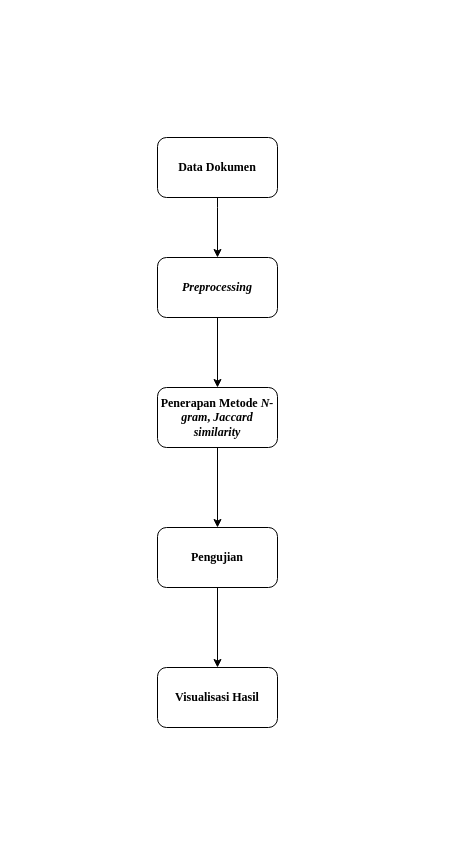
The draw.io diagram on-admin/Paper_1711502821_Wahyu Desena/Draw.io/Gambaran sistem.drawio in desenawahyu17/similarity-checker, before the edit. Source tidied: cells renumbered, new cells numbered last; positions are measured from the earlier drawing's top-left corner, leaving out a move shared by most shapes. Both pictures are drawn from the tidied source at 100%, with x=0, y=0 at pixel (157, 137).
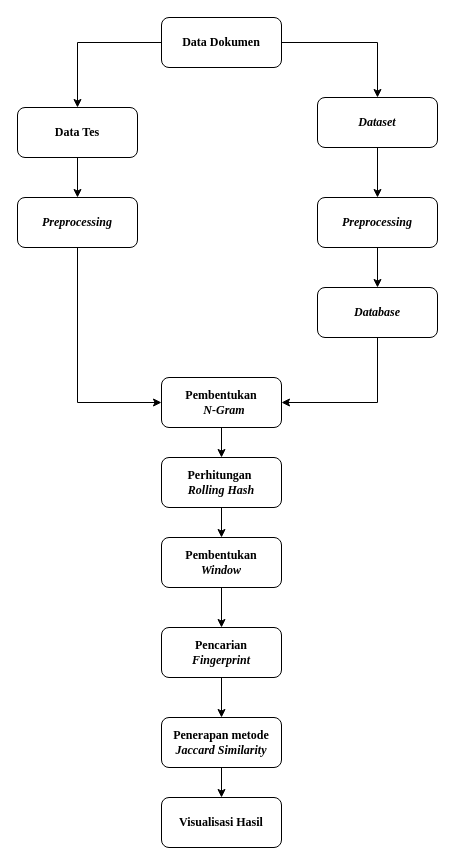
The same diagram, later.

Diff of the diagram source:
```diff
@@
-    <mxCell id="2" style="edgeStyle=orthogonalEdgeStyle;rounded=0;jettySize=auto;html=1;" parent="1" edge="1" source="3">
-      <mxGeometry relative="1" as="geometry">
-        <mxPoint x="60" y="120" as="targetPoint" />
-        <Array as="points">
-          <mxPoint x="60" y="70" />
-          <mxPoint x="60" y="70" />
-        </Array>
-      </mxGeometry>
-    </mxCell>
+    <mxCell id="11" style="edgeStyle=orthogonalEdgeStyle;rounded=0;jettySize=auto;html=1;" parent="1" edge="1" source="3" target="18">
+      <mxGeometry relative="1" as="geometry" />
+    </mxCell>
-    <mxCell id="3" value="&lt;font face=&quot;Times New Roman&quot;&gt;&lt;b&gt;Data Dokumen&lt;/b&gt;&lt;/font&gt;" style="rounded=1;whiteSpace=wrap;html=1;" parent="1" vertex="1">
-      <mxGeometry width="120" height="60" as="geometry" />
+    <mxCell id="3" value="&lt;font face=&quot;Times New Roman&quot;&gt;&lt;b&gt;&lt;i&gt;Dataset&lt;/i&gt;&lt;/b&gt;&lt;/font&gt;" style="rounded=1;whiteSpace=wrap;html=1;" parent="1" vertex="1">
+      <mxGeometry x="160" y="-40" width="120" height="50" as="geometry" />
     </mxCell>
-    <mxCell id="4" style="edgeStyle=orthogonalEdgeStyle;rounded=0;jettySize=auto;html=1;entryX=0.5;entryY=0;entryDx=0;entryDy=0;" parent="1" edge="1" source="5" target="7">
+    <mxCell id="4" style="edgeStyle=orthogonalEdgeStyle;rounded=0;jettySize=auto;html=1;entryX=1;entryY=0.5;entryDx=0;entryDy=0;exitX=0.5;exitY=1;exitDx=0;exitDy=0;" parent="1" edge="1" source="5" target="7">
       <mxGeometry relative="1" as="geometry" />
     </mxCell>
-    <mxCell id="5" value="&lt;font face=&quot;Times New Roman&quot;&gt;&lt;b&gt;&lt;i&gt;Preprocessing&lt;/i&gt;&lt;/b&gt;&lt;/font&gt;" style="whiteSpace=wrap;html=1;rounded=1;" parent="1" vertex="1">
-      <mxGeometry y="120" width="120" height="60" as="geometry" />
+    <mxCell id="5" value="&lt;font face=&quot;Times New Roman&quot;&gt;&lt;b&gt;&lt;i&gt;Database&lt;/i&gt;&lt;/b&gt;&lt;/font&gt;" style="whiteSpace=wrap;html=1;rounded=1;" parent="1" vertex="1">
+      <mxGeometry x="160" y="150" width="120" height="50" as="geometry" />
     </mxCell>
@@
-    <mxCell id="7" value="&lt;font style=&quot;font-size: 12px&quot; face=&quot;Times New Roman&quot;&gt;&lt;b&gt;Penerapan Metode &lt;i&gt;N-gram&lt;/i&gt;,&amp;nbsp;&lt;i&gt;Jaccard similarity&lt;/i&gt;&lt;/b&gt;&lt;/font&gt;" style="whiteSpace=wrap;html=1;rounded=1;" parent="1" vertex="1">
-      <mxGeometry y="250" width="120" height="60" as="geometry" />
+    <mxCell id="7" value="&lt;font face=&quot;Times New Roman&quot;&gt;&lt;b&gt;Pembentukan&lt;br&gt;&amp;nbsp;&amp;nbsp;&lt;i&gt;N-Gram&lt;/i&gt;&lt;/b&gt;&lt;/font&gt;" style="whiteSpace=wrap;html=1;rounded=1;" parent="1" vertex="1">
+      <mxGeometry x="4" y="240" width="120" height="50" as="geometry" />
     </mxCell>
@@
-    <mxCell id="9" value="&lt;font face=&quot;Times New Roman&quot;&gt;&lt;b&gt;Pengujian&lt;/b&gt;&lt;/font&gt;" style="whiteSpace=wrap;html=1;rounded=1;" parent="1" vertex="1">
-      <mxGeometry y="390" width="120" height="60" as="geometry" />
+    <mxCell id="9" value="&lt;font face=&quot;Times New Roman&quot;&gt;&lt;b&gt;Perhitungan&amp;nbsp;&lt;br&gt;&lt;i&gt;Rolling Hash&lt;/i&gt;&lt;br&gt;&lt;/b&gt;&lt;/font&gt;" style="whiteSpace=wrap;html=1;rounded=1;" parent="1" vertex="1">
+      <mxGeometry x="4" y="320" width="120" height="50" as="geometry" />
     </mxCell>
+    <mxCell id="12" style="edgeStyle=orthogonalEdgeStyle;rounded=0;jettySize=auto;html=1;" parent="1" edge="1" source="10" target="23">
+      <mxGeometry relative="1" as="geometry" />
+    </mxCell>
-    <mxCell id="10" value="&lt;b&gt;&lt;font face=&quot;Times New Roman&quot;&gt;Visualisasi Hasil&lt;/font&gt;&lt;/b&gt;" style="whiteSpace=wrap;html=1;rounded=1;" parent="1" vertex="1">
-      <mxGeometry y="530" width="120" height="60" as="geometry" />
+    <mxCell id="10" value="&lt;b&gt;&lt;font face=&quot;Times New Roman&quot;&gt;Pembentukan &lt;br&gt;&lt;i&gt;Window&lt;/i&gt;&lt;/font&gt;&lt;/b&gt;" style="whiteSpace=wrap;html=1;rounded=1;" parent="1" vertex="1">
+      <mxGeometry x="4" y="400" width="120" height="50" as="geometry" />
     </mxCell>
+    <mxCell id="13" style="edgeStyle=orthogonalEdgeStyle;rounded=0;jettySize=auto;html=1;" parent="1" edge="1" source="14" target="16">
+      <mxGeometry relative="1" as="geometry" />
+    </mxCell>
+    <mxCell id="14" value="&lt;font face=&quot;Times New Roman&quot;&gt;&lt;b&gt;Data Tes&lt;/b&gt;&lt;/font&gt;" style="rounded=1;whiteSpace=wrap;html=1;" parent="1" vertex="1">
+      <mxGeometry x="-140" y="-30" width="120" height="50" as="geometry" />
+    </mxCell>
+    <mxCell id="15" style="edgeStyle=orthogonalEdgeStyle;rounded=0;jettySize=auto;html=1;entryX=0;entryY=0.5;entryDx=0;entryDy=0;exitX=0.5;exitY=1;exitDx=0;exitDy=0;" parent="1" edge="1" source="16" target="7">
+      <mxGeometry relative="1" as="geometry" />
+    </mxCell>
+    <mxCell id="16" value="&lt;font face=&quot;Times New Roman&quot;&gt;&lt;b&gt;&lt;i&gt;Preprocessing&lt;/i&gt;&lt;/b&gt;&lt;/font&gt;" style="rounded=1;whiteSpace=wrap;html=1;" parent="1" vertex="1">
+      <mxGeometry x="-140" y="60" width="120" height="50" as="geometry" />
+    </mxCell>
+    <mxCell id="17" style="edgeStyle=orthogonalEdgeStyle;rounded=0;jettySize=auto;html=1;entryX=0.5;entryY=0;entryDx=0;entryDy=0;" parent="1" edge="1" source="18" target="5">
+      <mxGeometry relative="1" as="geometry" />
+    </mxCell>
+    <mxCell id="18" value="&lt;font face=&quot;Times New Roman&quot;&gt;&lt;b&gt;&lt;i&gt;Preprocessing&lt;/i&gt;&lt;/b&gt;&lt;/font&gt;" style="rounded=1;whiteSpace=wrap;html=1;" parent="1" vertex="1">
+      <mxGeometry x="160" y="60" width="120" height="50" as="geometry" />
+    </mxCell>
+    <mxCell id="19" style="edgeStyle=orthogonalEdgeStyle;rounded=0;jettySize=auto;html=1;entryX=0.5;entryY=0;entryDx=0;entryDy=0;" parent="1" edge="1" source="21" target="14">
+      <mxGeometry relative="1" as="geometry" />
+    </mxCell>
+    <mxCell id="20" style="edgeStyle=orthogonalEdgeStyle;rounded=0;jettySize=auto;html=1;entryX=0.5;entryY=0;entryDx=0;entryDy=0;" parent="1" edge="1" source="21" target="3">
+      <mxGeometry relative="1" as="geometry" />
+    </mxCell>
+    <mxCell id="21" value="&lt;font face=&quot;Times New Roman&quot;&gt;&lt;b&gt;Data Dokumen&lt;/b&gt;&lt;/font&gt;" style="rounded=1;whiteSpace=wrap;html=1;" parent="1" vertex="1">
+      <mxGeometry x="4" y="-120" width="120" height="50" as="geometry" />
+    </mxCell>
+    <mxCell id="22" style="edgeStyle=orthogonalEdgeStyle;rounded=0;jettySize=auto;html=1;" parent="1" edge="1" source="23" target="25">
+      <mxGeometry relative="1" as="geometry" />
+    </mxCell>
+    <mxCell id="23" value="&lt;font face=&quot;Times New Roman&quot;&gt;&lt;b&gt;Pencarian &lt;br&gt;&lt;i&gt;Fingerprint&lt;/i&gt;&lt;/b&gt;&lt;/font&gt;" style="whiteSpace=wrap;html=1;rounded=1;" parent="1" vertex="1">
+      <mxGeometry x="4" y="490" width="120" height="50" as="geometry" />
+    </mxCell>
+    <mxCell id="24" style="edgeStyle=orthogonalEdgeStyle;rounded=0;jettySize=auto;html=1;" parent="1" edge="1" source="25" target="26">
+      <mxGeometry relative="1" as="geometry" />
+    </mxCell>
+    <mxCell id="25" value="&lt;font face=&quot;Times New Roman&quot;&gt;&lt;b&gt;Penerapan metode &lt;i&gt;Jaccard Similarity&lt;/i&gt;&lt;/b&gt;&lt;/font&gt;" style="whiteSpace=wrap;html=1;rounded=1;" parent="1" vertex="1">
+      <mxGeometry x="4" y="580" width="120" height="50" as="geometry" />
+    </mxCell>
+    <mxCell id="26" value="&lt;font face=&quot;Times New Roman&quot;&gt;&lt;b&gt;Visualisasi Hasil&lt;/b&gt;&lt;/font&gt;" style="whiteSpace=wrap;html=1;rounded=1;" parent="1" vertex="1">
+      <mxGeometry x="4" y="660" width="120" height="50" as="geometry" />
+    </mxCell>
```
